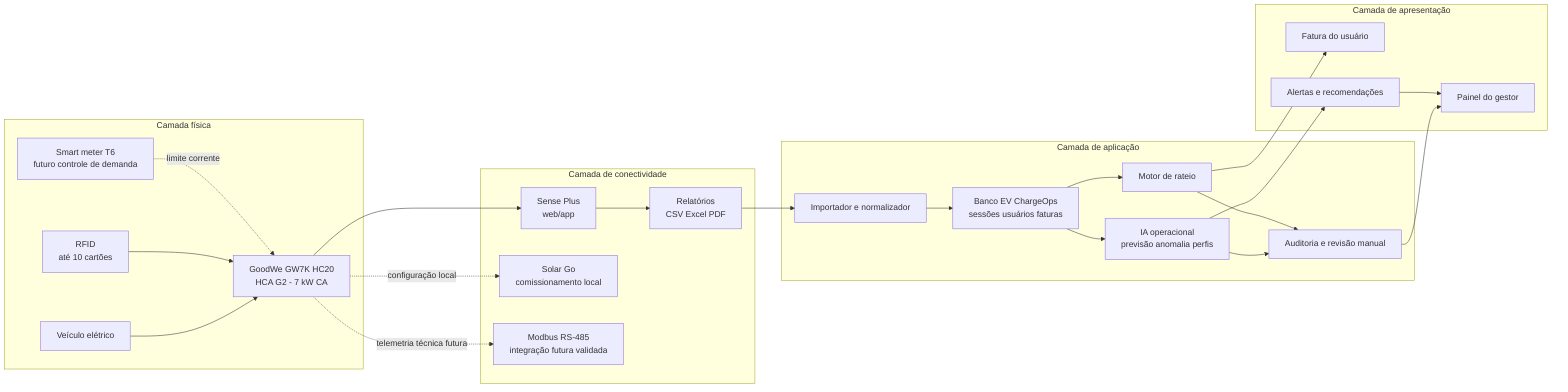
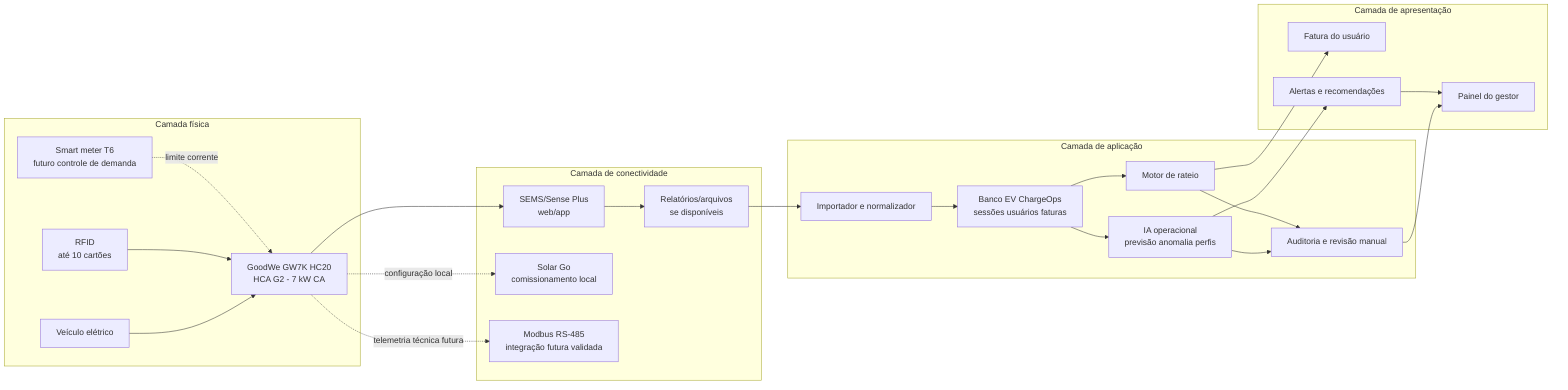
flowchart LR
  subgraph Fisica["Camada física"]
    EV["Veículo elétrico"]
    CHG["GoodWe GW7K HC20\nHCA G2 - 7 kW CA"]
    RFID["RFID\naté 10 cartões"]
    METER["Smart meter T6\nfuturo controle de demanda"]
  end

  subgraph Conectividade["Camada de conectividade"]
-     SENSE["Sense Plus\nweb/app"]
+     SENSE["SEMS/Sense Plus\nweb/app"]
    SOLAR["Solar Go\ncomissionamento local"]
    MODBUS["Modbus RS-485\nintegração futura validada"]
-     EXPORT["Relatórios\nCSV Excel PDF"]
+     EXPORT["Relatórios/arquivos\nse disponíveis"]
  end

  subgraph Aplicacao["Camada de aplicação"]
    IMPORT["Importador e normalizador"]
    DB["Banco EV ChargeOps\nsessões usuários faturas"]
    RATEIO["Motor de rateio"]
    AI["IA operacional\nprevisão anomalia perfis"]
    AUDIT["Auditoria e revisão manual"]
  end

  subgraph Interfaces["Camada de apresentação"]
    MANAGER["Painel do gestor"]
    USER["Fatura do usuário"]
    ALERTS["Alertas e recomendações"]
  end

  EV --> CHG
  RFID --> CHG
  METER -. limite corrente .-> CHG
  CHG --> SENSE
  CHG -. configuração local .-> SOLAR
  CHG -. telemetria técnica futura .-> MODBUS
  SENSE --> EXPORT
  EXPORT --> IMPORT
  IMPORT --> DB
  DB --> RATEIO
  DB --> AI
  AI --> AUDIT
  RATEIO --> AUDIT
  AUDIT --> MANAGER
  RATEIO --> USER
  AI --> ALERTS
  ALERTS --> MANAGER
